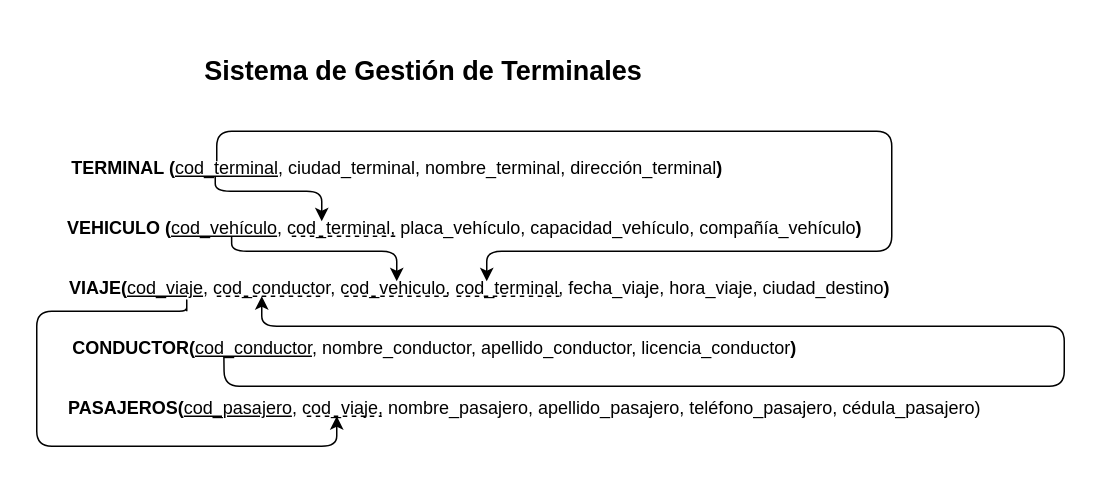
Earlier version of the draw.io diagram grafo.drawio (Vladimirjon/Proyecto_BDD). Source tidied: cells renumbered, new cells numbered last; positions are measured from the earlier drawing's top-left corner, leaving out a move shared by most shapes. Both pictures are drawn from the tidied source at 150%, with x=0, y=0 at pixel (36, 26).
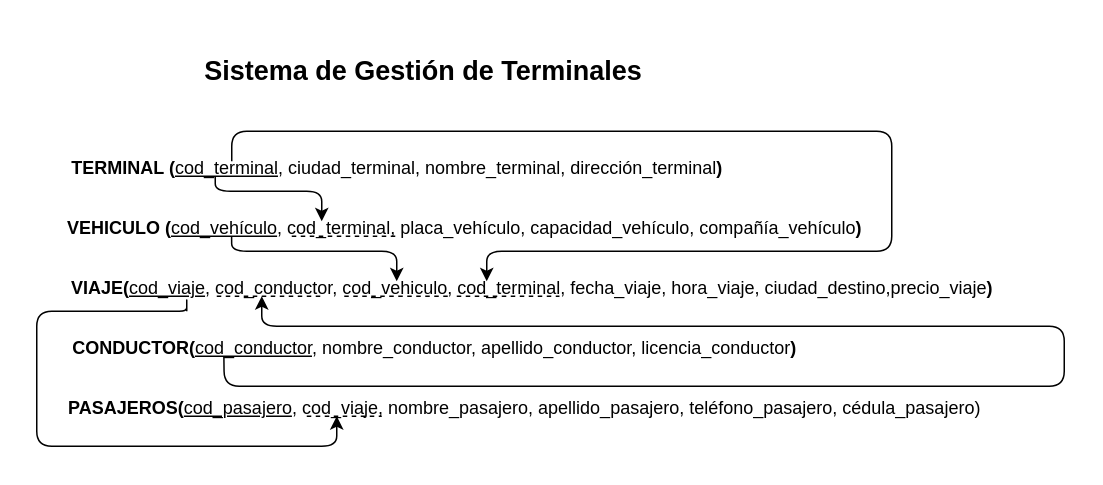
Above is the later version.

Commit message (it also covers changes not shown here):
Added atributo a viaje

The edit, as a diff of the source:
```diff
@@
-    <mxCell id="4" value="&lt;b&gt;VIAJE(&lt;/b&gt;&lt;u&gt;cod_viaje&lt;/u&gt;, cod_conductor, cod_vehiculo, cod_terminal, fecha_viaje, hora_viaje, ciudad_destino&lt;b&gt;)&lt;/b&gt;" style="text;html=1;align=center;verticalAlign=middle;strokeColor=none;fillColor=none;" parent="1" vertex="1">
-      <mxGeometry x="10" y="160" width="570" height="30" as="geometry" />
+    <mxCell id="4" value="&lt;b&gt;VIAJE(&lt;/b&gt;&lt;u&gt;cod_viaje&lt;/u&gt;, cod_conductor, cod_vehiculo, cod_terminal, fecha_viaje, hora_viaje, ciudad_destino,precio_viaje&lt;b&gt;)&lt;/b&gt;" style="text;html=1;align=center;verticalAlign=middle;strokeColor=none;fillColor=none;" parent="1" vertex="1">
+      <mxGeometry x="10" y="160" width="640" height="30" as="geometry" />
     </mxCell>
@@
     <mxCell id="11" style="endArrow=classic;html=1;" parent="1" edge="1">
       <mxGeometry relative="1" as="geometry">
-        <mxPoint x="120" y="90" as="sourcePoint" />
+        <mxPoint x="130" y="90" as="sourcePoint" />
         <mxPoint x="300" y="170" as="targetPoint" />
         <Array as="points">
-          <mxPoint x="120" y="70" />
+          <mxPoint x="130" y="70" />
           <mxPoint x="390" y="70" />
           <mxPoint x="570" y="70" />
           <mxPoint x="570" y="150" />
           <mxPoint x="300" y="150" />
         </Array>
       </mxGeometry>
     </mxCell>
```
